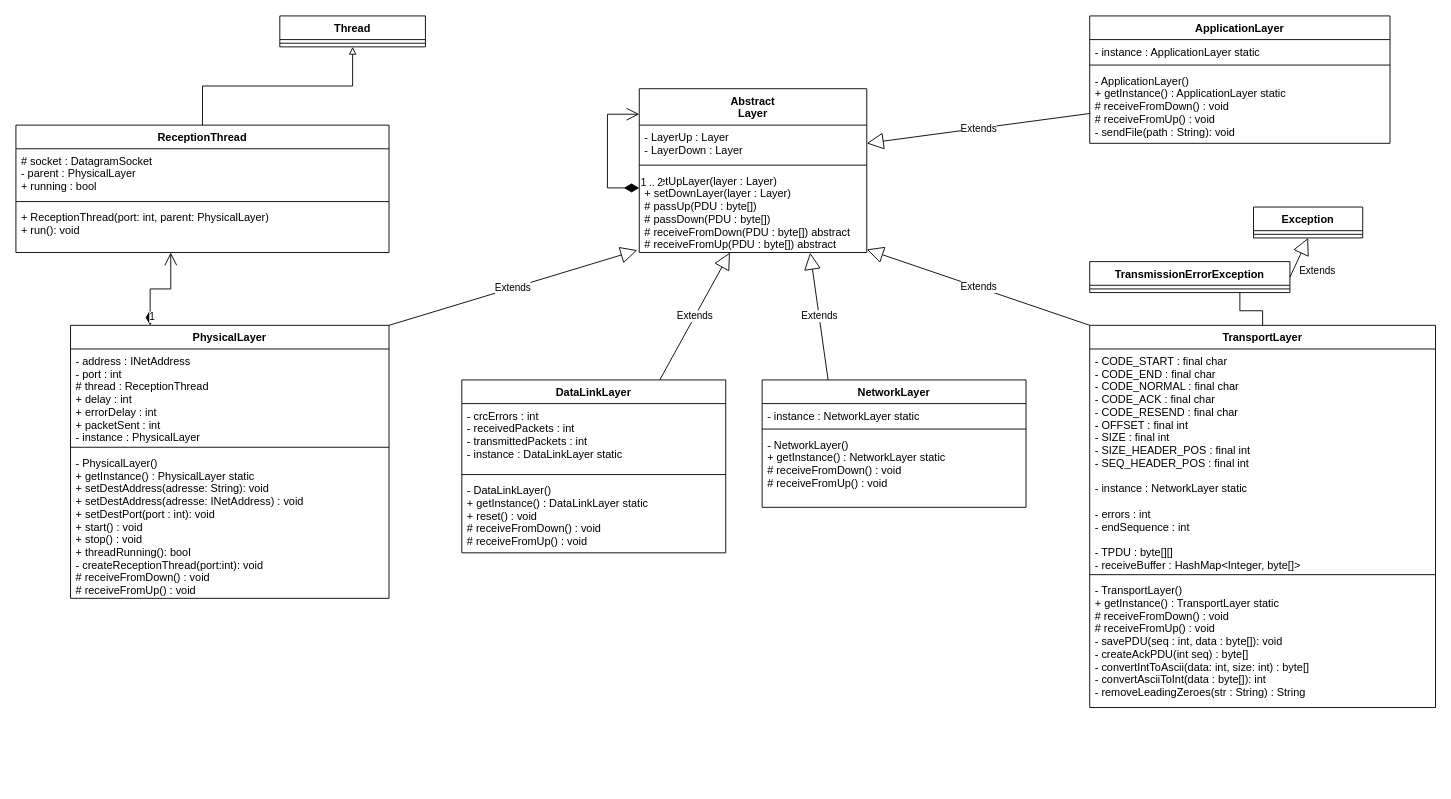
The draw.io diagram UML.drawio in Raesangur/UdeS_S3_APP3, before the edit. Source tidied: cells renumbered, new cells numbered last; positions are measured from the earlier drawing's top-left corner, leaving out a move shared by most shapes. Both pictures are drawn from the tidied source at 91%, with x=0, y=0 at pixel (15, 15).
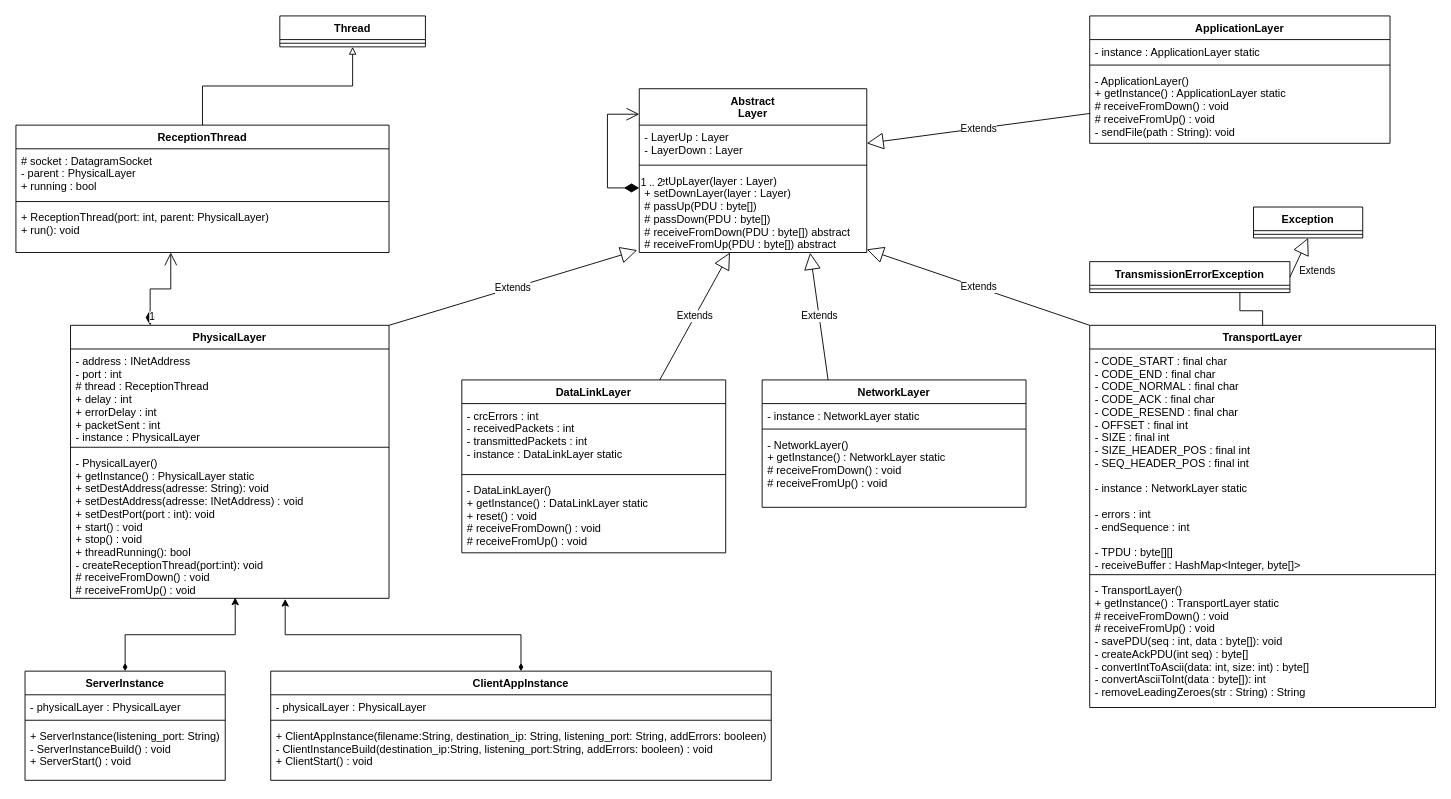
The same diagram, later.

The change refers to these unchanged cells:
```xml
<mxCell id="25" value="- PhysicalLayer()&#10;+ getInstance() : PhysicalLayer static&#10;+ setDestAddress(adresse: String): void&#10;+ setDestAddress(adresse: INetAddress) : void&#10;+ setDestPort(port : int): void&#10;+ start() : void&#10;+ stop() : void&#10;+ threadRunning(): bool&#10;- createReceptionThread(port:int): void&#10;# receiveFromDown() : void&#10;# receiveFromUp() : void&#10;" style="text;strokeColor=none;fillColor=none;align=left;verticalAlign=top;spacingLeft=4;spacingRight=4;overflow=hidden;points=[[0,0.5],[1,0.5]];portConstraint=eastwest;" parent="22" vertex="1">
  <mxGeometry y="138" width="350" height="162" as="geometry" />
</mxCell>
```

What changed in the source:
```diff
@@
+    <mxCell id="46" style="edgeStyle=orthogonalEdgeStyle;rounded=0;jettySize=auto;html=1;entryX=0.517;entryY=0.994;entryDx=0;entryDy=0;entryPerimeter=0;startArrow=diamondThin;startFill=1;" parent="1" edge="1" source="47" target="25">
+      <mxGeometry relative="1" as="geometry" />
+    </mxCell>
+    <mxCell id="47" value="ServerInstance" style="swimlane;fontStyle=1;align=center;verticalAlign=top;horizontal=1;startSize=26;" parent="1" vertex="1">
+      <mxGeometry x="10" y="720" width="220" height="120" as="geometry" />
+    </mxCell>
+    <mxCell id="48" value="- physicalLayer : PhysicalLayer" style="text;strokeColor=none;fillColor=none;align=left;verticalAlign=top;spacingLeft=4;spacingRight=4;overflow=hidden;" parent="47" vertex="1">
+      <mxGeometry y="26" width="220" height="24" as="geometry" />
+    </mxCell>
+    <mxCell id="49" style="line;strokeWidth=1;fillColor=none;align=left;verticalAlign=middle;spacingTop=-1;spacingLeft=3;spacingRight=3;labelPosition=right;" parent="47" vertex="1">
+      <mxGeometry y="50" width="220" height="8" as="geometry" />
+    </mxCell>
+    <mxCell id="50" value="+ ServerInstance(listening_port: String)&#10;- ServerInstanceBuild() : void&#10;+ ServerStart() : void&#10;" style="text;strokeColor=none;fillColor=none;align=left;verticalAlign=top;spacingLeft=4;spacingRight=4;overflow=hidden;" parent="47" vertex="1">
+      <mxGeometry y="58" width="220" height="62" as="geometry" />
+    </mxCell>
+    <mxCell id="51" style="edgeStyle=orthogonalEdgeStyle;rounded=0;jettySize=auto;html=1;entryX=0.674;entryY=1.004;entryDx=0;entryDy=0;entryPerimeter=0;startArrow=diamondThin;startFill=1;" parent="1" edge="1" source="52" target="25">
+      <mxGeometry relative="1" as="geometry" />
+    </mxCell>
+    <mxCell id="52" value="ClientAppInstance" style="swimlane;fontStyle=1;align=center;verticalAlign=top;horizontal=1;startSize=26;" parent="1" vertex="1">
+      <mxGeometry x="280" y="720" width="550" height="120" as="geometry" />
+    </mxCell>
+    <mxCell id="53" value="- physicalLayer : PhysicalLayer" style="text;strokeColor=none;fillColor=none;align=left;verticalAlign=top;spacingLeft=4;spacingRight=4;overflow=hidden;" parent="52" vertex="1">
+      <mxGeometry y="26" width="550" height="24" as="geometry" />
+    </mxCell>
+    <mxCell id="54" style="line;strokeWidth=1;fillColor=none;align=left;verticalAlign=middle;spacingTop=-1;spacingLeft=3;spacingRight=3;labelPosition=right;" parent="52" vertex="1">
+      <mxGeometry y="50" width="550" height="8" as="geometry" />
+    </mxCell>
+    <mxCell id="55" value="+ ClientAppInstance(filename:String, destination_ip: String, listening_port: String, addErrors: booleen)&#10;- ClientInstanceBuild(destination_ip:String, listening_port:String, addErrors: booleen) : void&#10;+ ClientStart() : void&#10;" style="text;strokeColor=none;fillColor=none;align=left;verticalAlign=top;spacingLeft=4;spacingRight=4;overflow=hidden;" parent="52" vertex="1">
+      <mxGeometry y="58" width="550" height="62" as="geometry" />
+    </mxCell>
```
